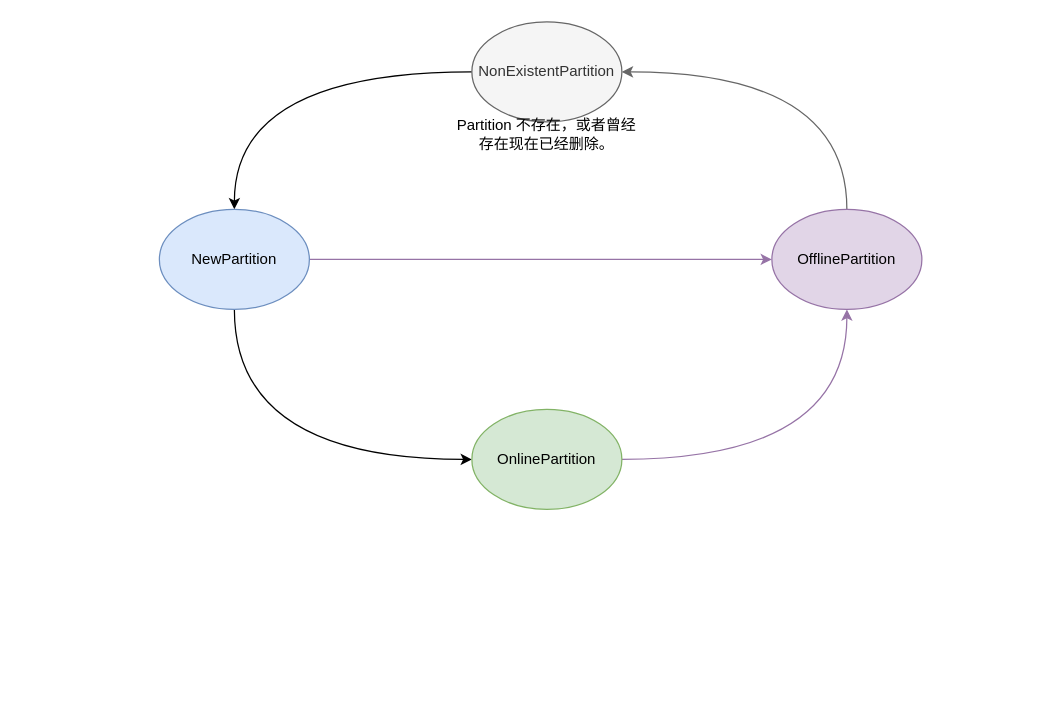
The draw.io diagram page "PartitionStateMachine" (2 of 2) of kafka_controller.drawio in chuyuqiao/gogogo, before the edit. Source tidied: cells renumbered, new cells numbered last; positions are measured from the earlier drawing's top-left corner, leaving out a move shared by most shapes. Both pictures are drawn from the tidied source at 125%, with x=0, y=0 at pixel (159, 21).
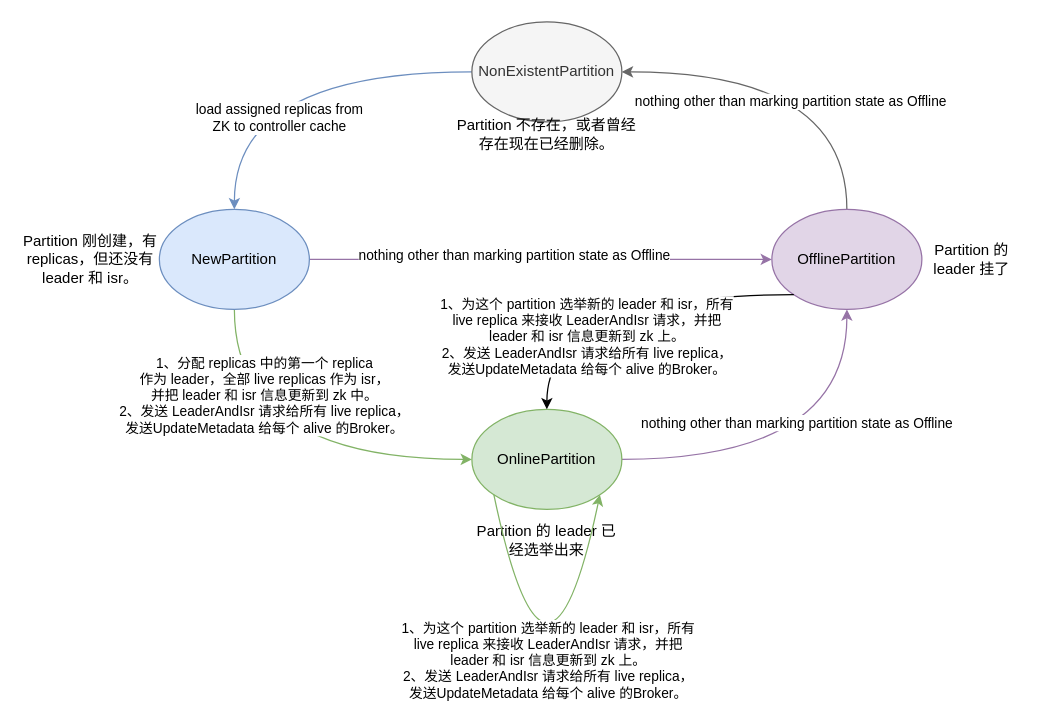
The same diagram, later.

The change refers to these unchanged cells:
```xml
<mxCell id="4" style="rounded=0;jettySize=auto;html=1;entryX=0;entryY=0.5;entryDx=0;entryDy=0;fillColor=#e1d5e7;strokeColor=#9673a6;" parent="1" edge="1" source="5" target="9">
  <mxGeometry relative="1" as="geometry" />
</mxCell>
<mxCell id="6" style="rounded=0;jettySize=auto;html=1;edgeStyle=orthogonalEdgeStyle;curved=1;fillColor=#e1d5e7;strokeColor=#9673a6;" parent="1" edge="1" source="7" target="9">
  <mxGeometry relative="1" as="geometry" />
</mxCell>
<mxCell id="8" style="rounded=0;jettySize=auto;html=1;edgeStyle=orthogonalEdgeStyle;curved=1;fillColor=#f5f5f5;strokeColor=#666666;" parent="1" edge="1" source="9" target="11">
  <mxGeometry relative="1" as="geometry">
    <Array as="points">
      <mxPoint x="550" y="40" />
    </Array>
  </mxGeometry>
</mxCell>
<mxCell id="11" value="NonExistentPartition" style="ellipse;whiteSpace=wrap;html=1;sketch=0;fillColor=#f5f5f5;strokeColor=#666666;fontColor=#333333;" parent="10" vertex="1">
  <mxGeometry x="15" width="120" height="80" as="geometry" />
</mxCell>
```

Change to the diagram source:
```diff
@@
-    <mxCell id="2" style="rounded=0;jettySize=auto;html=1;edgeStyle=orthogonalEdgeStyle;curved=1;" parent="1" edge="1" source="11" target="5">
+    <mxCell id="2" style="rounded=0;jettySize=auto;html=1;edgeStyle=orthogonalEdgeStyle;curved=1;fillColor=#dae8fc;strokeColor=#6c8ebf;" parent="1" edge="1" source="11" target="5">
       <mxGeometry relative="1" as="geometry" />
     </mxCell>
+    <mxCell id="13" value="load assigned replicas from&lt;br&gt;ZK to controller cache" style="edgeLabel;html=1;align=center;verticalAlign=middle;" parent="2" vertex="1">
+      <mxGeometry x="0.03" y="36" relative="1" as="geometry" />
+    </mxCell>
-    <mxCell id="3" style="rounded=0;jettySize=auto;html=1;edgeStyle=orthogonalEdgeStyle;curved=1;" parent="1" edge="1" source="5" target="7">
+    <mxCell id="3" style="rounded=0;jettySize=auto;html=1;edgeStyle=orthogonalEdgeStyle;curved=1;fillColor=#d5e8d4;strokeColor=#82b366;" parent="1" edge="1" source="5" target="7">
       <mxGeometry relative="1" as="geometry">
         <Array as="points">
           <mxPoint x="60" y="350" />
         </Array>
       </mxGeometry>
     </mxCell>
+    <mxCell id="14" value="1、分配 replicas 中的第一个 replica &lt;br&gt;作为 leader，全部 live replicas 作为 isr，&lt;br&gt;并把 leader 和 isr 信息更新到 zk 中。&lt;br&gt;2、发送 LeaderAndIsr 请求给所有 live replica，&lt;br&gt;发送UpdateMetadata 给每个 alive 的Broker。" style="edgeLabel;html=1;align=center;verticalAlign=middle;" parent="3" vertex="1">
+      <mxGeometry x="-0.56" y="23" relative="1" as="geometry" />
+    </mxCell>
@@
-    <mxCell id="5" value="NewPartition" style="ellipse;whiteSpace=wrap;html=1;strokeColor=#6c8ebf;fillColor=#dae8fc;sketch=0;" parent="1" vertex="1">
-      <mxGeometry y="150" width="120" height="80" as="geometry" />
-    </mxCell>
+    <mxCell id="15" value="nothing other than marking partition state as Offline" style="edgeLabel;html=1;align=center;verticalAlign=middle;" parent="4" vertex="1">
+      <mxGeometry x="-0.12" y="4" relative="1" as="geometry" />
+    </mxCell>
@@
-    <mxCell id="7" value="OnlinePartition" style="ellipse;whiteSpace=wrap;html=1;strokeColor=#82b366;fillColor=#d5e8d4;sketch=0;" parent="1" vertex="1">
-      <mxGeometry x="250" y="310" width="120" height="80" as="geometry" />
-    </mxCell>
+    <mxCell id="16" value="nothing other than marking partition state as Offline" style="edgeLabel;html=1;align=center;verticalAlign=middle;" parent="6" vertex="1">
+      <mxGeometry x="-0.31" y="12" relative="1" as="geometry">
+        <mxPoint x="36" y="-18" as="offset" />
+      </mxGeometry>
+    </mxCell>
@@
-    <mxCell id="9" value="OfflinePartition" style="ellipse;whiteSpace=wrap;html=1;strokeColor=#9673a6;fillColor=#e1d5e7;sketch=0;" parent="1" vertex="1">
-      <mxGeometry x="490" y="150" width="120" height="80" as="geometry" />
-    </mxCell>
+    <mxCell id="17" value="nothing other than marking partition state as Offline" style="edgeLabel;html=1;align=center;verticalAlign=middle;" parent="8" vertex="1">
+      <mxGeometry x="-0.4" y="46" relative="1" as="geometry" />
+    </mxCell>
@@
+    <mxCell id="18" style="group;" parent="1" vertex="1">
+      <mxGeometry x="-110" y="150" width="230" height="80" as="geometry" />
+    </mxCell>
+    <mxCell id="5" value="NewPartition" style="ellipse;whiteSpace=wrap;html=1;strokeColor=#6c8ebf;fillColor=#dae8fc;sketch=0;" parent="18" vertex="1">
+      <mxGeometry x="110" width="120" height="80" as="geometry" />
+    </mxCell>
+    <mxCell id="19" value="Partition 刚创建，有replicas，但还没有 leader 和 isr。" style="text;html=1;strokeColor=none;fillColor=none;align=center;verticalAlign=middle;whiteSpace=wrap;rounded=0;" parent="18" vertex="1">
+      <mxGeometry y="20" width="110" height="40" as="geometry" />
+    </mxCell>
+    <mxCell id="20" style="group;" parent="1" vertex="1">
+      <mxGeometry x="250" y="310" width="120" height="130" as="geometry" />
+    </mxCell>
+    <mxCell id="7" value="OnlinePartition" style="ellipse;whiteSpace=wrap;html=1;strokeColor=#82b366;fillColor=#d5e8d4;sketch=0;" parent="20" vertex="1">
+      <mxGeometry width="120" height="80" as="geometry" />
+    </mxCell>
+    <mxCell id="21" value="Partition 的 leader 已经选举出来" style="text;html=1;strokeColor=none;fillColor=none;align=center;verticalAlign=middle;whiteSpace=wrap;rounded=0;" parent="20" vertex="1">
+      <mxGeometry y="80" width="120" height="50" as="geometry" />
+    </mxCell>
+    <mxCell id="22" style="endArrow=classic;html=1;exitX=0;exitY=1;exitDx=0;exitDy=0;entryX=1;entryY=1;entryDx=0;entryDy=0;edgeStyle=orthogonalEdgeStyle;curved=1;fillColor=#d5e8d4;strokeColor=#82b366;" parent="20" edge="1" source="7" target="7">
+      <mxGeometry relative="1" as="geometry">
+        <Array as="points">
+          <mxPoint x="60" y="270" />
+        </Array>
+      </mxGeometry>
+    </mxCell>
+    <mxCell id="23" value="1、为这个 partition 选举新的 leader 和 isr，所有&lt;br&gt;live replica 来接收 LeaderAndIsr 请求，并把&lt;br&gt;leader 和 isr 信息更新到 zk 上。&lt;br&gt;2、发送 LeaderAndIsr 请求给所有 live replica，&lt;br&gt;发送UpdateMetadata 给每个 alive 的Broker。" style="edgeLabel;html=1;align=center;verticalAlign=middle;" parent="22" vertex="1">
+      <mxGeometry x="-0.46" y="14" relative="1" as="geometry">
+        <mxPoint x="5.9" y="26" as="offset" />
+      </mxGeometry>
+    </mxCell>
+    <mxCell id="24" style="group;" parent="1" vertex="1">
+      <mxGeometry x="490" y="150" width="200" height="80" as="geometry" />
+    </mxCell>
+    <mxCell id="9" value="OfflinePartition" style="ellipse;whiteSpace=wrap;html=1;strokeColor=#9673a6;fillColor=#e1d5e7;sketch=0;" parent="24" vertex="1">
+      <mxGeometry width="120" height="80" as="geometry" />
+    </mxCell>
+    <mxCell id="25" value="Partition 的&lt;br&gt;leader 挂了" style="text;html=1;strokeColor=none;fillColor=none;align=center;verticalAlign=middle;whiteSpace=wrap;rounded=0;" parent="24" vertex="1">
+      <mxGeometry x="120" y="25" width="80" height="30" as="geometry" />
+    </mxCell>
+    <mxCell id="26" style="endArrow=classic;html=1;exitX=0;exitY=1;exitDx=0;exitDy=0;entryX=0.5;entryY=0;entryDx=0;entryDy=0;edgeStyle=orthogonalEdgeStyle;curved=1;" parent="1" edge="1" source="9" target="7">
+      <mxGeometry relative="1" as="geometry" />
+    </mxCell>
+    <mxCell id="27" value="1、为这个 partition 选举新的 leader 和 isr，所有&lt;br&gt;live replica 来接收 LeaderAndIsr 请求，并把&lt;br&gt;leader 和 isr 信息更新到 zk 上。&lt;br&gt;2、发送 LeaderAndIsr 请求给所有 live replica，&lt;br&gt;发送UpdateMetadata 给每个 alive 的Broker。" style="edgeLabel;html=1;align=center;verticalAlign=middle;" parent="26" vertex="1">
+      <mxGeometry x="0.15" y="33" relative="1" as="geometry" />
+    </mxCell>
```
